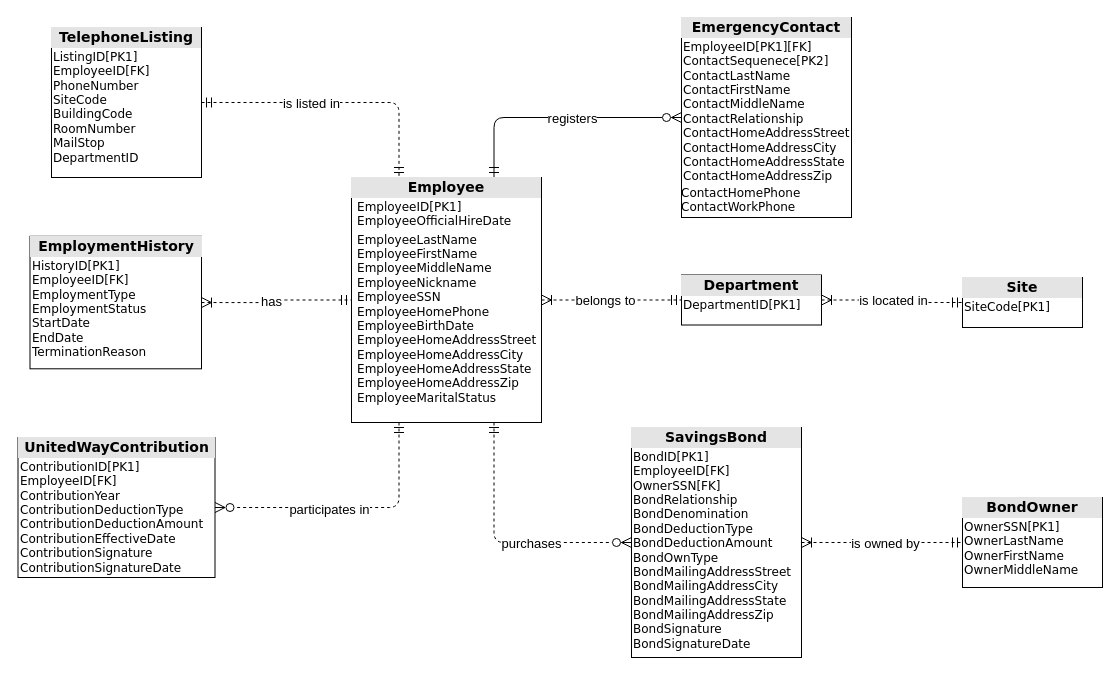
Above: drawio/Fully Attributed Data Model.drawio in siljing/SAD-Data_Modeling (draw.io), before the change. Source tidied: cells renumbered, new cells numbered last; positions are measured from the earlier drawing's top-left corner, leaving out a move shared by most shapes. Both pictures are drawn from the tidied source at 100%, with x=0, y=0 at pixel (17, 17).
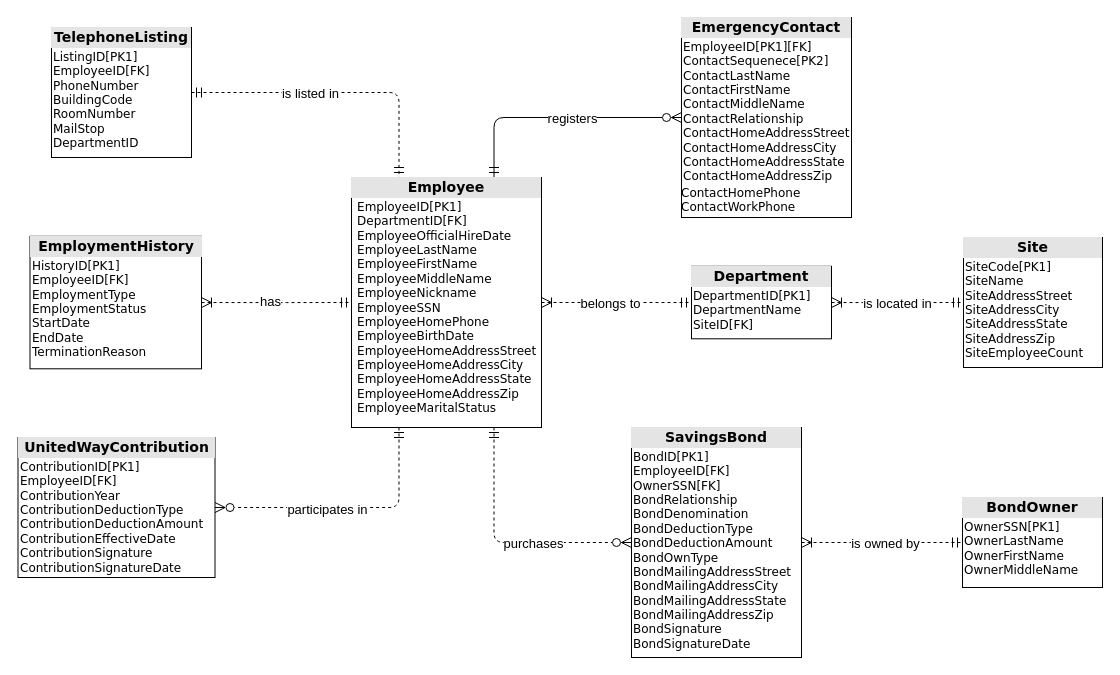
After the change.

Change to the diagram source:
```diff
@@
-    <mxCell id="19" value="&lt;div style=&quot;text-align: center; box-sizing: border-box; width: 100%; background: rgb(228, 228, 228); padding: 2px;&quot;&gt;&lt;span style=&quot;font-size: 14px;&quot;&gt;&lt;b&gt;Employee&lt;/b&gt;&lt;/span&gt;&lt;/div&gt;&lt;table style=&quot;width:100%;font-size:1em;&quot; cellpadding=&quot;2&quot; cellspacing=&quot;0&quot;&gt;&lt;tbody&gt;&lt;tr&gt;&lt;td&gt;&lt;/td&gt;&lt;td&gt;EmployeeID[PK1]&lt;br&gt;EmployeeOfficialHireDate&lt;/td&gt;&lt;/tr&gt;&lt;tr&gt;&lt;td&gt;&lt;br&gt;&lt;/td&gt;&lt;td&gt;EmployeeLastName&lt;br&gt;EmployeeFirstName&lt;br&gt;EmployeeMiddleName&lt;br&gt;EmployeeNickname&lt;br&gt;EmployeeSSN&lt;br&gt;EmployeeHomePhone&lt;br&gt;EmployeeBirthDate&lt;br&gt;EmployeeHomeAddressStreet&lt;br&gt;EmployeeHomeAddressCity&lt;br&gt;EmployeeHomeAddressState&lt;br&gt;EmployeeHomeAddressZip&lt;br&gt;EmployeeMaritalStatus&lt;br&gt;&lt;/td&gt;&lt;/tr&gt;&lt;/tbody&gt;&lt;/table&gt;" style="verticalAlign=top;align=left;overflow=fill;html=1;whiteSpace=wrap;rounded=0;shadow=0;comic=0;strokeColor=default;strokeWidth=1;fontFamily=Verdana;fontSize=12;fontColor=default;labelBackgroundColor=none;fillColor=default;" parent="1" vertex="1">
-      <mxGeometry x="334" y="160" width="190" height="245" as="geometry" />
+    <mxCell id="19" value="&lt;div style=&quot;text-align: center; box-sizing: border-box; width: 100%; background: rgb(228, 228, 228); padding: 2px;&quot;&gt;&lt;span style=&quot;font-size: 14px;&quot;&gt;&lt;b&gt;Employee&lt;/b&gt;&lt;/span&gt;&lt;/div&gt;&lt;table style=&quot;width:100%;font-size:1em;&quot; cellpadding=&quot;2&quot; cellspacing=&quot;0&quot;&gt;&lt;tbody&gt;&lt;tr&gt;&lt;td&gt;&lt;/td&gt;&lt;td&gt;EmployeeID[PK1]&lt;br&gt;DepartmentID[FK]&lt;br&gt;EmployeeOfficialHireDate&lt;br&gt;EmployeeLastName&lt;br&gt;EmployeeFirstName&lt;br&gt;EmployeeMiddleName&lt;br&gt;EmployeeNickname&lt;br&gt;EmployeeSSN&lt;br&gt;EmployeeHomePhone&lt;br&gt;EmployeeBirthDate&lt;br&gt;EmployeeHomeAddressStreet&lt;br&gt;EmployeeHomeAddressCity&lt;br&gt;EmployeeHomeAddressState&lt;br&gt;EmployeeHomeAddressZip&lt;br&gt;EmployeeMaritalStatus&lt;/td&gt;&lt;/tr&gt;&lt;tr&gt;&lt;td&gt;&lt;br&gt;&lt;/td&gt;&lt;td&gt;&lt;br&gt;&lt;/td&gt;&lt;/tr&gt;&lt;/tbody&gt;&lt;/table&gt;" style="verticalAlign=top;align=left;overflow=fill;html=1;whiteSpace=wrap;rounded=0;shadow=0;comic=0;strokeColor=default;strokeWidth=1;fontFamily=Verdana;fontSize=12;fontColor=default;labelBackgroundColor=none;fillColor=default;" parent="1" vertex="1">
+      <mxGeometry x="334" y="160" width="190" height="250" as="geometry" />
     </mxCell>
-    <mxCell id="20" value="&lt;div style=&quot;text-align: center; box-sizing: border-box; width: 100%; background: rgb(228, 228, 228); padding: 2px;&quot;&gt;&lt;font style=&quot;font-size: 14px;&quot;&gt;&lt;b&gt;Department&lt;/b&gt;&lt;/font&gt;&lt;/div&gt;&lt;table style=&quot;width:100%;font-size:1em;&quot; cellpadding=&quot;2&quot; cellspacing=&quot;0&quot;&gt;&lt;tbody&gt;&lt;tr&gt;&lt;td&gt;DepartmentID[PK1]&lt;/td&gt;&lt;td&gt;&lt;/td&gt;&lt;/tr&gt;&lt;/tbody&gt;&lt;/table&gt;" style="verticalAlign=top;align=left;overflow=fill;html=1;whiteSpace=wrap;rounded=0;shadow=0;comic=0;strokeColor=default;strokeWidth=1;fontFamily=Verdana;fontSize=12;fontColor=default;labelBackgroundColor=none;fillColor=default;" parent="1" vertex="1">
-      <mxGeometry x="664" y="257.5" width="140" height="50" as="geometry" />
+    <mxCell id="20" value="&lt;div style=&quot;text-align: center; box-sizing: border-box; width: 100%; background: rgb(228, 228, 228); padding: 2px;&quot;&gt;&lt;font style=&quot;font-size: 14px;&quot;&gt;&lt;b&gt;Department&lt;/b&gt;&lt;/font&gt;&lt;/div&gt;&lt;table style=&quot;width:100%;font-size:1em;&quot; cellpadding=&quot;2&quot; cellspacing=&quot;0&quot;&gt;&lt;tbody&gt;&lt;tr&gt;&lt;td&gt;DepartmentID[PK1]&lt;br&gt;DepartmentName&lt;br&gt;SiteID[FK]&lt;/td&gt;&lt;td&gt;&lt;/td&gt;&lt;/tr&gt;&lt;/tbody&gt;&lt;/table&gt;" style="verticalAlign=top;align=left;overflow=fill;html=1;whiteSpace=wrap;rounded=0;shadow=0;comic=0;strokeColor=default;strokeWidth=1;fontFamily=Verdana;fontSize=12;fontColor=default;labelBackgroundColor=none;fillColor=default;" parent="1" vertex="1">
+      <mxGeometry x="674" y="248.8" width="140" height="72.5" as="geometry" />
     </mxCell>
@@
-    <mxCell id="24" value="&lt;div style=&quot;box-sizing: border-box; width: 100%; background: rgb(228, 228, 228); padding: 2px; text-align: center;&quot;&gt;&lt;span style=&quot;font-size: 14px;&quot;&gt;&lt;b&gt;Site&lt;/b&gt;&lt;/span&gt;&lt;/div&gt;&lt;table style=&quot;width:100%;font-size:1em;&quot; cellpadding=&quot;2&quot; cellspacing=&quot;0&quot;&gt;&lt;tbody&gt;&lt;tr&gt;&lt;td&gt;SiteCode[PK1]&lt;/td&gt;&lt;td&gt;&lt;br&gt;&lt;/td&gt;&lt;/tr&gt;&lt;/tbody&gt;&lt;/table&gt;" style="verticalAlign=top;align=left;overflow=fill;html=1;whiteSpace=wrap;rounded=0;shadow=0;comic=0;strokeColor=default;strokeWidth=1;fontFamily=Verdana;fontSize=12;fontColor=default;labelBackgroundColor=none;fillColor=default;" parent="1" vertex="1">
-      <mxGeometry x="945" y="260" width="120" height="50" as="geometry" />
+    <mxCell id="24" value="&lt;div style=&quot;box-sizing: border-box; width: 100%; background: rgb(228, 228, 228); padding: 2px; text-align: center;&quot;&gt;&lt;span style=&quot;font-size: 14px;&quot;&gt;&lt;b&gt;Site&lt;/b&gt;&lt;/span&gt;&lt;/div&gt;&lt;table style=&quot;width:100%;font-size:1em;&quot; cellpadding=&quot;2&quot; cellspacing=&quot;0&quot;&gt;&lt;tbody&gt;&lt;tr&gt;&lt;td&gt;SiteCode[PK1]&lt;br&gt;SiteName&lt;br&gt;SiteAddressStreet&lt;br&gt;SiteAddressCity&lt;br&gt;SiteAddressState&lt;br&gt;SiteAddressZip&lt;br&gt;SiteEmployeeCount&lt;/td&gt;&lt;td&gt;&lt;br&gt;&lt;/td&gt;&lt;/tr&gt;&lt;/tbody&gt;&lt;/table&gt;" style="verticalAlign=top;align=left;overflow=fill;html=1;whiteSpace=wrap;rounded=0;shadow=0;comic=0;strokeColor=default;strokeWidth=1;fontFamily=Verdana;fontSize=12;fontColor=default;labelBackgroundColor=none;fillColor=default;" parent="1" vertex="1">
+      <mxGeometry x="946" y="220" width="139" height="130" as="geometry" />
     </mxCell>
-    <mxCell id="25" value="&lt;div style=&quot;text-align: center; box-sizing: border-box; width: 100%; background: rgb(228, 228, 228); padding: 2px;&quot;&gt;&lt;font style=&quot;font-size: 14px;&quot;&gt;&lt;b&gt;TelephoneListing&lt;/b&gt;&lt;/font&gt;&lt;/div&gt;&lt;table style=&quot;width:100%;font-size:1em;&quot; cellpadding=&quot;2&quot; cellspacing=&quot;0&quot;&gt;&lt;tbody&gt;&lt;tr&gt;&lt;td&gt;ListingID[PK1]&lt;br&gt;EmployeeID[FK]&lt;br&gt;PhoneNumber&lt;br&gt;SiteCode&lt;br&gt;BuildingCode&lt;br&gt;RoomNumber&lt;br&gt;MailStop&lt;br&gt;DepartmentID&lt;br&gt;&lt;/td&gt;&lt;td&gt;&lt;/td&gt;&lt;/tr&gt;&lt;/tbody&gt;&lt;/table&gt;" style="verticalAlign=top;align=left;overflow=fill;html=1;whiteSpace=wrap;rounded=0;shadow=0;comic=0;strokeColor=default;strokeWidth=1;fontFamily=Verdana;fontSize=12;fontColor=default;labelBackgroundColor=none;fillColor=default;" parent="1" vertex="1">
-      <mxGeometry x="34" y="10" width="150" height="150" as="geometry" />
+    <mxCell id="25" value="&lt;div style=&quot;text-align: center; box-sizing: border-box; width: 100%; background: rgb(228, 228, 228); padding: 2px;&quot;&gt;&lt;font style=&quot;font-size: 14px;&quot;&gt;&lt;b&gt;TelephoneListing&lt;/b&gt;&lt;/font&gt;&lt;/div&gt;&lt;table style=&quot;width:100%;font-size:1em;&quot; cellpadding=&quot;2&quot; cellspacing=&quot;0&quot;&gt;&lt;tbody&gt;&lt;tr&gt;&lt;td&gt;ListingID[PK1]&lt;br&gt;EmployeeID[FK]&lt;br&gt;PhoneNumber&lt;br&gt;BuildingCode&lt;br&gt;RoomNumber&lt;br&gt;MailStop&lt;br&gt;DepartmentID&lt;br&gt;&lt;/td&gt;&lt;td&gt;&lt;/td&gt;&lt;/tr&gt;&lt;/tbody&gt;&lt;/table&gt;" style="verticalAlign=top;align=left;overflow=fill;html=1;whiteSpace=wrap;rounded=0;shadow=0;comic=0;strokeColor=default;strokeWidth=1;fontFamily=Verdana;fontSize=12;fontColor=default;labelBackgroundColor=none;fillColor=default;" parent="1" vertex="1">
+      <mxGeometry x="34" y="10" width="140" height="130" as="geometry" />
     </mxCell>
```
